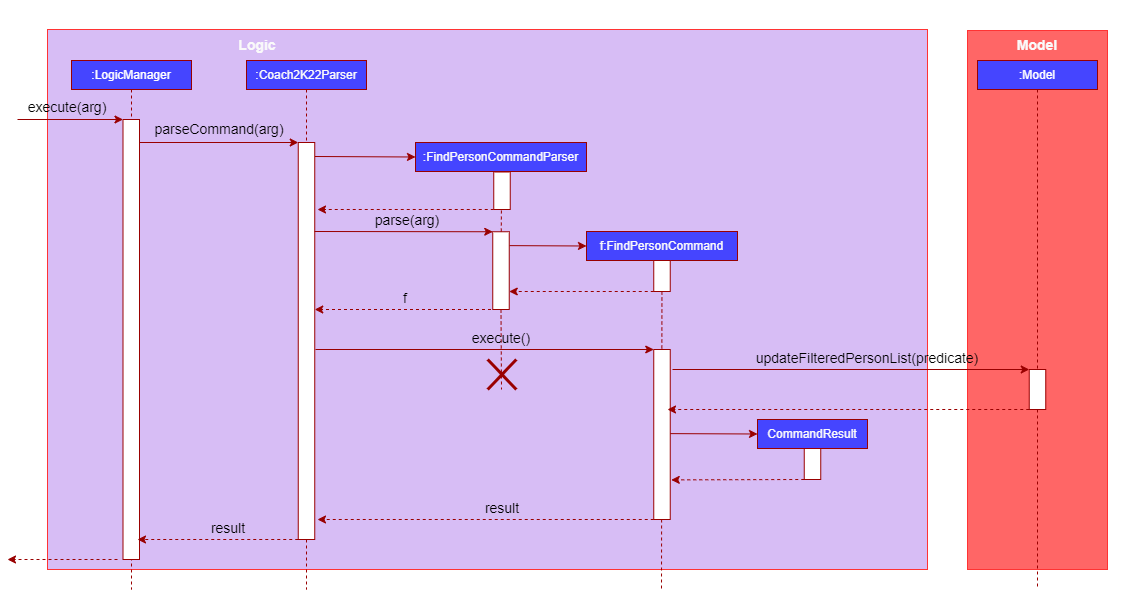
simjunheng/tp keeps this draw.io diagram as docs/images/FindPersonSequenceDiagram.png. Above is the earlier version. Source tidied: cells renumbered, new cells last; positions are measured from the earlier drawing's top-left corner, leaving out a move shared by most shapes. Its diagram source:
```xml
<mxGraphModel>
  <root>
    <mxCell id="0" />
    <mxCell id="1" parent="0" />
    <mxCell id="2" style="rounded=0;whiteSpace=wrap;html=1;strokeColor=#FF3333;fillColor=#D7BDF5;" parent="1" vertex="1">
      <mxGeometry x="40" y="28" width="880" height="540" as="geometry" />
    </mxCell>
    <mxCell id="3" value="&lt;font color=&quot;#ffffff&quot;&gt;:LogicManager&lt;/font&gt;" style="rounded=0;whiteSpace=wrap;html=1;fillColor=#4545FF;strokeColor=#990000;" parent="1" vertex="1">
      <mxGeometry x="64" y="59" width="120" height="29" as="geometry" />
    </mxCell>
    <mxCell id="4" value="&lt;font color=&quot;#fafafa&quot;&gt;:Coach2K22Parser&lt;/font&gt;" style="rounded=0;whiteSpace=wrap;html=1;fillColor=#4545FF;strokeColor=#990000;" parent="1" vertex="1">
      <mxGeometry x="239" y="59" width="120" height="29" as="geometry" />
    </mxCell>
    <mxCell id="5" value="&lt;b&gt;&lt;font style=&quot;font-size: 14px&quot;&gt;Logic&lt;/font&gt;&lt;/b&gt;" style="text;html=1;strokeColor=none;fillColor=none;align=center;verticalAlign=middle;whiteSpace=wrap;rounded=0;fontColor=#FAFAFA;" parent="1" vertex="1">
      <mxGeometry x="220" y="29" width="60" height="30" as="geometry" />
    </mxCell>
    <mxCell id="6" style="endArrow=none;dashed=1;html=1;rounded=0;fontSize=14;fontColor=#FAFAFA;exitX=0.5;exitY=1;exitDx=0;exitDy=0;strokeColor=#990000;" parent="1" edge="1" source="3">
      <mxGeometry relative="1" as="geometry">
        <mxPoint x="124" y="588" as="targetPoint" />
      </mxGeometry>
    </mxCell>
    <mxCell id="7" style="rounded=0;whiteSpace=wrap;html=1;fontSize=14;fontColor=#FAFAFA;strokeColor=#990000;fillColor=#FFFFFF;" parent="1" vertex="1">
      <mxGeometry x="115.5" y="118" width="16.5" height="440" as="geometry" />
    </mxCell>
    <mxCell id="8" style="endArrow=classic;html=1;rounded=0;fontSize=14;fontColor=#FAFAFA;strokeColor=#990000;entryX=0;entryY=0;entryDx=0;entryDy=0;" parent="1" edge="1" target="7">
      <mxGeometry relative="1" as="geometry">
        <mxPoint x="10" y="118" as="sourcePoint" />
      </mxGeometry>
    </mxCell>
    <mxCell id="9" value="&lt;font color=&quot;#000000&quot;&gt;execute(arg)&lt;/font&gt;" style="text;html=1;strokeColor=none;fillColor=none;align=center;verticalAlign=middle;whiteSpace=wrap;rounded=0;fontSize=14;fontColor=#FAFAFA;" parent="1" vertex="1">
      <mxGeometry x="10" y="96" width="100" height="20" as="geometry" />
    </mxCell>
    <mxCell id="10" style="endArrow=none;dashed=1;html=1;rounded=0;fontSize=14;fontColor=#FAFAFA;exitX=0.5;exitY=1;exitDx=0;exitDy=0;strokeColor=#990000;" parent="1" edge="1" source="4">
      <mxGeometry relative="1" as="geometry">
        <mxPoint x="299" y="588" as="targetPoint" />
      </mxGeometry>
    </mxCell>
    <mxCell id="11" value="&lt;font color=&quot;#000000&quot;&gt;parseCommand(arg)&lt;/font&gt;" style="text;html=1;strokeColor=none;fillColor=none;align=center;verticalAlign=middle;whiteSpace=wrap;rounded=0;fontSize=14;fontColor=#FAFAFA;" parent="1" vertex="1">
      <mxGeometry x="137" y="117" width="150" height="22" as="geometry" />
    </mxCell>
    <mxCell id="12" style="endArrow=classic;html=1;rounded=0;fontSize=14;fontColor=#FAFAFA;strokeColor=#990000;entryX=0;entryY=0;entryDx=0;entryDy=0;" parent="1" edge="1" target="21">
      <mxGeometry relative="1" as="geometry">
        <mxPoint x="132" y="141" as="sourcePoint" />
      </mxGeometry>
    </mxCell>
    <mxCell id="13" value="&lt;font color=&quot;#fafafa&quot;&gt;:FindPersonCommandParser&lt;/font&gt;" style="rounded=0;whiteSpace=wrap;html=1;fillColor=#4545FF;strokeColor=#990000;" parent="1" vertex="1">
      <mxGeometry x="408" y="141" width="171" height="29" as="geometry" />
    </mxCell>
    <mxCell id="14" style="endArrow=classic;html=1;rounded=0;fontSize=14;fontColor=#FAFAFA;strokeColor=#990000;entryX=0;entryY=0.5;entryDx=0;entryDy=0;" parent="1" edge="1" target="13">
      <mxGeometry relative="1" as="geometry">
        <mxPoint x="307.2" y="155" as="sourcePoint" />
      </mxGeometry>
    </mxCell>
    <mxCell id="15" style="endArrow=classic;html=1;rounded=0;fontSize=14;fontColor=#FAFAFA;strokeColor=#990000;dashed=1;" parent="1" edge="1">
      <mxGeometry relative="1" as="geometry">
        <mxPoint x="486.2" y="208" as="sourcePoint" />
        <mxPoint x="310" y="208" as="targetPoint" />
      </mxGeometry>
    </mxCell>
    <mxCell id="16" style="endArrow=none;dashed=1;html=1;rounded=0;fontSize=14;fontColor=#FAFAFA;exitX=0.5;exitY=1;exitDx=0;exitDy=0;strokeColor=#990000;startArrow=none;" parent="1" edge="1" source="27">
      <mxGeometry relative="1" as="geometry">
        <mxPoint x="494" y="388" as="targetPoint" />
      </mxGeometry>
    </mxCell>
    <mxCell id="17" style="rounded=0;whiteSpace=wrap;html=1;strokeColor=#FF3333;fillColor=#FF6666;" parent="1" vertex="1">
      <mxGeometry x="960" y="29" width="140" height="539" as="geometry" />
    </mxCell>
    <mxCell id="18" value="&lt;font color=&quot;#ffffff&quot;&gt;:Model&lt;/font&gt;" style="rounded=0;whiteSpace=wrap;html=1;fillColor=#4545FF;strokeColor=#990000;" parent="1" vertex="1">
      <mxGeometry x="970" y="59" width="120" height="29" as="geometry" />
    </mxCell>
    <mxCell id="19" style="endArrow=none;dashed=1;html=1;rounded=0;fontSize=14;fontColor=#FAFAFA;strokeColor=#990000;startArrow=none;" parent="1" edge="1" source="38">
      <mxGeometry relative="1" as="geometry">
        <mxPoint x="1030" y="588" as="targetPoint" />
      </mxGeometry>
    </mxCell>
    <mxCell id="20" value="&lt;b&gt;&lt;font style=&quot;font-size: 14px&quot;&gt;Model&lt;/font&gt;&lt;/b&gt;" style="text;html=1;strokeColor=none;fillColor=none;align=center;verticalAlign=middle;whiteSpace=wrap;rounded=0;fontColor=#FAFAFA;" parent="1" vertex="1">
      <mxGeometry x="1000.2" y="29" width="60" height="30" as="geometry" />
    </mxCell>
    <mxCell id="21" style="rounded=0;whiteSpace=wrap;html=1;fontSize=14;fontColor=#FAFAFA;strokeColor=#990000;fillColor=#FFFFFF;" parent="1" vertex="1">
      <mxGeometry x="290.8" y="141" width="16.5" height="397" as="geometry" />
    </mxCell>
    <mxCell id="22" style="endArrow=classic;html=1;rounded=0;fontSize=14;fontColor=#FAFAFA;strokeColor=#990000;dashed=1;exitX=0;exitY=1;exitDx=0;exitDy=0;" parent="1" edge="1">
      <mxGeometry relative="1" as="geometry">
        <mxPoint x="110" y="558" as="sourcePoint" />
        <mxPoint y="558" as="targetPoint" />
      </mxGeometry>
    </mxCell>
    <mxCell id="23" value="&lt;font color=&quot;#000000&quot;&gt;parse(arg)&lt;/font&gt;" style="text;html=1;strokeColor=none;fillColor=none;align=center;verticalAlign=middle;whiteSpace=wrap;rounded=0;fontSize=14;fontColor=#FAFAFA;" parent="1" vertex="1">
      <mxGeometry x="330" y="208" width="140" height="22" as="geometry" />
    </mxCell>
    <mxCell id="24" value="&lt;font color=&quot;#fafafa&quot;&gt;f:FindPersonCommand&lt;/font&gt;" style="rounded=0;whiteSpace=wrap;html=1;fillColor=#4545FF;strokeColor=#990000;" parent="1" vertex="1">
      <mxGeometry x="579" y="230" width="151" height="29" as="geometry" />
    </mxCell>
    <mxCell id="25" style="rounded=0;whiteSpace=wrap;html=1;fontSize=14;fontColor=#FAFAFA;strokeColor=#990000;fillColor=#FFFFFF;" parent="1" vertex="1">
      <mxGeometry x="646.2" y="259" width="16.5" height="31" as="geometry" />
    </mxCell>
    <mxCell id="26" style="endArrow=classic;html=1;rounded=0;fontSize=14;fontColor=#FAFAFA;strokeColor=#990000;entryX=0;entryY=0.5;entryDx=0;entryDy=0;" parent="1" edge="1" target="24">
      <mxGeometry relative="1" as="geometry">
        <mxPoint x="501.8" y="244.1" as="sourcePoint" />
      </mxGeometry>
    </mxCell>
    <mxCell id="27" style="rounded=0;whiteSpace=wrap;html=1;fontSize=14;fontColor=#FAFAFA;strokeColor=#990000;fillColor=#FFFFFF;" parent="1" vertex="1">
      <mxGeometry x="485.2" y="230.2" width="16.5" height="77.8" as="geometry" />
    </mxCell>
    <mxCell id="28" style="endArrow=none;dashed=1;html=1;rounded=0;fontSize=14;fontColor=#FAFAFA;exitX=0.5;exitY=1;exitDx=0;exitDy=0;strokeColor=#990000;" parent="1" edge="1" target="27">
      <mxGeometry relative="1" as="geometry">
        <mxPoint x="494" y="197" as="sourcePoint" />
      </mxGeometry>
    </mxCell>
    <mxCell id="29" style="endArrow=classic;html=1;rounded=0;fontSize=14;fontColor=#FAFAFA;strokeColor=#990000;entryX=0;entryY=0;entryDx=0;entryDy=0;" parent="1" edge="1" target="27">
      <mxGeometry relative="1" as="geometry">
        <mxPoint x="307" y="230" as="sourcePoint" />
      </mxGeometry>
    </mxCell>
    <mxCell id="30" style="rounded=0;whiteSpace=wrap;html=1;fontSize=14;fontColor=#FAFAFA;strokeColor=#990000;fillColor=#FFFFFF;" parent="1" vertex="1">
      <mxGeometry x="486.2" y="170.5" width="16.5" height="37.5" as="geometry" />
    </mxCell>
    <mxCell id="31" style="endArrow=classic;html=1;rounded=0;fontSize=14;fontColor=#FAFAFA;strokeColor=#990000;dashed=1;" parent="1" edge="1">
      <mxGeometry relative="1" as="geometry">
        <mxPoint x="483.5" y="308" as="sourcePoint" />
        <mxPoint x="307.2" y="308" as="targetPoint" />
      </mxGeometry>
    </mxCell>
    <mxCell id="32" style="endArrow=classic;html=1;rounded=0;fontSize=14;fontColor=#FAFAFA;strokeColor=#990000;dashed=1;exitX=0;exitY=1;exitDx=0;exitDy=0;" parent="1" edge="1" source="25">
      <mxGeometry relative="1" as="geometry">
        <mxPoint x="501.8" y="290" as="targetPoint" />
      </mxGeometry>
    </mxCell>
    <mxCell id="33" value="&lt;font color=&quot;#000000&quot;&gt;f&lt;/font&gt;" style="text;html=1;strokeColor=none;fillColor=none;align=center;verticalAlign=middle;whiteSpace=wrap;rounded=0;fontSize=14;fontColor=#FAFAFA;" parent="1" vertex="1">
      <mxGeometry x="388" y="286" width="20" height="22" as="geometry" />
    </mxCell>
    <mxCell id="34" style="endArrow=none;dashed=1;html=1;rounded=0;fontSize=14;fontColor=#FAFAFA;exitX=0.5;exitY=1;exitDx=0;exitDy=0;strokeColor=#990000;" parent="1" edge="1">
      <mxGeometry relative="1" as="geometry">
        <mxPoint x="654.4" y="290" as="sourcePoint" />
        <mxPoint x="654" y="588" as="targetPoint" />
      </mxGeometry>
    </mxCell>
    <mxCell id="35" style="rounded=0;whiteSpace=wrap;html=1;fontSize=14;fontColor=#FAFAFA;strokeColor=#990000;fillColor=#FFFFFF;" parent="1" vertex="1">
      <mxGeometry x="646.2" y="348" width="16.5" height="170" as="geometry" />
    </mxCell>
    <mxCell id="36" style="endArrow=classic;html=1;rounded=0;fontSize=14;fontColor=#FAFAFA;strokeColor=#990000;entryX=0;entryY=0;entryDx=0;entryDy=0;" parent="1" edge="1" target="35">
      <mxGeometry relative="1" as="geometry">
        <mxPoint x="308" y="348" as="sourcePoint" />
      </mxGeometry>
    </mxCell>
    <mxCell id="37" value="&lt;font color=&quot;#000000&quot;&gt;execute()&lt;/font&gt;" style="text;html=1;strokeColor=none;fillColor=none;align=center;verticalAlign=middle;whiteSpace=wrap;rounded=0;fontSize=14;fontColor=#FAFAFA;" parent="1" vertex="1">
      <mxGeometry x="423.5" y="326" width="140" height="22" as="geometry" />
    </mxCell>
    <mxCell id="38" style="rounded=0;whiteSpace=wrap;html=1;fontSize=14;fontColor=#FAFAFA;strokeColor=#990000;fillColor=#FFFFFF;" parent="1" vertex="1">
      <mxGeometry x="1021.8" y="368" width="16.5" height="40" as="geometry" />
    </mxCell>
    <mxCell id="39" style="endArrow=none;dashed=1;html=1;rounded=0;fontSize=14;fontColor=#FAFAFA;strokeColor=#990000;" parent="1" edge="1" target="38">
      <mxGeometry relative="1" as="geometry">
        <mxPoint x="1030" y="88" as="sourcePoint" />
      </mxGeometry>
    </mxCell>
    <mxCell id="40" style="endArrow=classic;html=1;rounded=0;fontSize=14;fontColor=#FAFAFA;strokeColor=#990000;" parent="1" edge="1">
      <mxGeometry relative="1" as="geometry">
        <mxPoint x="665" y="368" as="sourcePoint" />
        <mxPoint x="1021.8" y="368" as="targetPoint" />
      </mxGeometry>
    </mxCell>
    <mxCell id="41" value="&lt;font color=&quot;#000000&quot;&gt;updateFilteredPersonList(predicate)&lt;/font&gt;" style="text;html=1;strokeColor=none;fillColor=none;align=center;verticalAlign=middle;whiteSpace=wrap;rounded=0;fontSize=14;fontColor=#FAFAFA;" parent="1" vertex="1">
      <mxGeometry x="730" y="346" width="260" height="22" as="geometry" />
    </mxCell>
    <mxCell id="42" style="endArrow=classic;html=1;rounded=0;fontSize=14;fontColor=#FAFAFA;strokeColor=#990000;dashed=1;exitX=0;exitY=1;exitDx=0;exitDy=0;" parent="1" edge="1">
      <mxGeometry relative="1" as="geometry">
        <mxPoint x="1021.8" y="408" as="sourcePoint" />
        <mxPoint x="660" y="408" as="targetPoint" />
      </mxGeometry>
    </mxCell>
    <mxCell id="43" value="&lt;font color=&quot;#fafafa&quot;&gt;CommandResult&lt;/font&gt;" style="rounded=0;whiteSpace=wrap;html=1;fillColor=#4545FF;strokeColor=#990000;" parent="1" vertex="1">
      <mxGeometry x="750" y="418" width="110" height="29" as="geometry" />
    </mxCell>
    <mxCell id="44" style="rounded=0;whiteSpace=wrap;html=1;fontSize=14;fontColor=#FAFAFA;strokeColor=#990000;fillColor=#FFFFFF;" parent="1" vertex="1">
      <mxGeometry x="796.8" y="447" width="16.5" height="31" as="geometry" />
    </mxCell>
    <mxCell id="45" style="endArrow=classic;html=1;rounded=0;fontSize=14;fontColor=#FAFAFA;strokeColor=#990000;entryX=0;entryY=0.5;entryDx=0;entryDy=0;" parent="1" edge="1" target="43">
      <mxGeometry relative="1" as="geometry">
        <mxPoint x="662.8" y="432.1" as="sourcePoint" />
      </mxGeometry>
    </mxCell>
    <mxCell id="46" style="endArrow=classic;html=1;rounded=0;fontSize=14;fontColor=#FAFAFA;strokeColor=#990000;dashed=1;exitX=0;exitY=1;exitDx=0;exitDy=0;entryX=1.061;entryY=0.767;entryDx=0;entryDy=0;entryPerimeter=0;" parent="1" edge="1" source="44" target="35">
      <mxGeometry relative="1" as="geometry" />
    </mxCell>
    <mxCell id="47" style="endArrow=classic;html=1;rounded=0;fontSize=14;fontColor=#FAFAFA;strokeColor=#990000;dashed=1;exitX=0;exitY=1;exitDx=0;exitDy=0;" parent="1" edge="1">
      <mxGeometry relative="1" as="geometry">
        <mxPoint x="646.2" y="518" as="sourcePoint" />
        <mxPoint x="310" y="518" as="targetPoint" />
      </mxGeometry>
    </mxCell>
    <mxCell id="48" value="&lt;font color=&quot;#000000&quot;&gt;result&lt;/font&gt;" style="text;html=1;strokeColor=none;fillColor=none;align=center;verticalAlign=middle;whiteSpace=wrap;rounded=0;fontSize=14;fontColor=#FAFAFA;" parent="1" vertex="1">
      <mxGeometry x="424.5" y="496" width="140" height="22" as="geometry" />
    </mxCell>
    <mxCell id="49" style="endArrow=none;html=1;rounded=0;fontSize=14;fontColor=#000000;strokeColor=#990000;strokeWidth=3;" parent="1" edge="1">
      <mxGeometry relative="1" as="geometry">
        <mxPoint x="480.2" y="388" as="sourcePoint" />
        <mxPoint x="508.8" y="358" as="targetPoint" />
      </mxGeometry>
    </mxCell>
    <mxCell id="50" style="endArrow=none;html=1;rounded=0;fontSize=14;fontColor=#000000;strokeColor=#990000;strokeWidth=3;" parent="1" edge="1">
      <mxGeometry relative="1" as="geometry">
        <mxPoint x="480.2" y="358" as="sourcePoint" />
        <mxPoint x="508.8" y="388" as="targetPoint" />
      </mxGeometry>
    </mxCell>
    <mxCell id="51" style="endArrow=classic;html=1;rounded=0;fontSize=14;fontColor=#FAFAFA;strokeColor=#990000;dashed=1;exitX=0;exitY=1;exitDx=0;exitDy=0;" parent="1" edge="1">
      <mxGeometry relative="1" as="geometry">
        <mxPoint x="290.8" y="538" as="sourcePoint" />
        <mxPoint x="130" y="538" as="targetPoint" />
      </mxGeometry>
    </mxCell>
    <mxCell id="52" value="&lt;font color=&quot;#000000&quot;&gt;result&lt;/font&gt;" style="text;html=1;strokeColor=none;fillColor=none;align=center;verticalAlign=middle;whiteSpace=wrap;rounded=0;fontSize=14;fontColor=#FAFAFA;" parent="1" vertex="1">
      <mxGeometry x="150.8" y="516" width="140" height="22" as="geometry" />
    </mxCell>
    <mxCell id="53" style="endArrow=none;dashed=1;html=1;dashPattern=1 3;strokeWidth=2;rounded=0;fontSize=14;fontColor=#000000;" parent="1" edge="1">
      <mxGeometry relative="1" as="geometry">
        <mxPoint x="1130" y="408" as="sourcePoint" />
        <mxPoint x="1130" y="408" as="targetPoint" />
        <Array as="points">
          <mxPoint x="1130" y="408" />
        </Array>
      </mxGeometry>
    </mxCell>
    <mxCell id="54" style="endArrow=none;dashed=1;html=1;dashPattern=1 3;strokeWidth=2;rounded=0;fontSize=14;fontColor=#000000;" parent="1" edge="1">
      <mxGeometry relative="1" as="geometry">
        <mxPoint x="680" as="sourcePoint" />
        <mxPoint x="680" as="targetPoint" />
      </mxGeometry>
    </mxCell>
  </root>
</mxGraphModel>
```
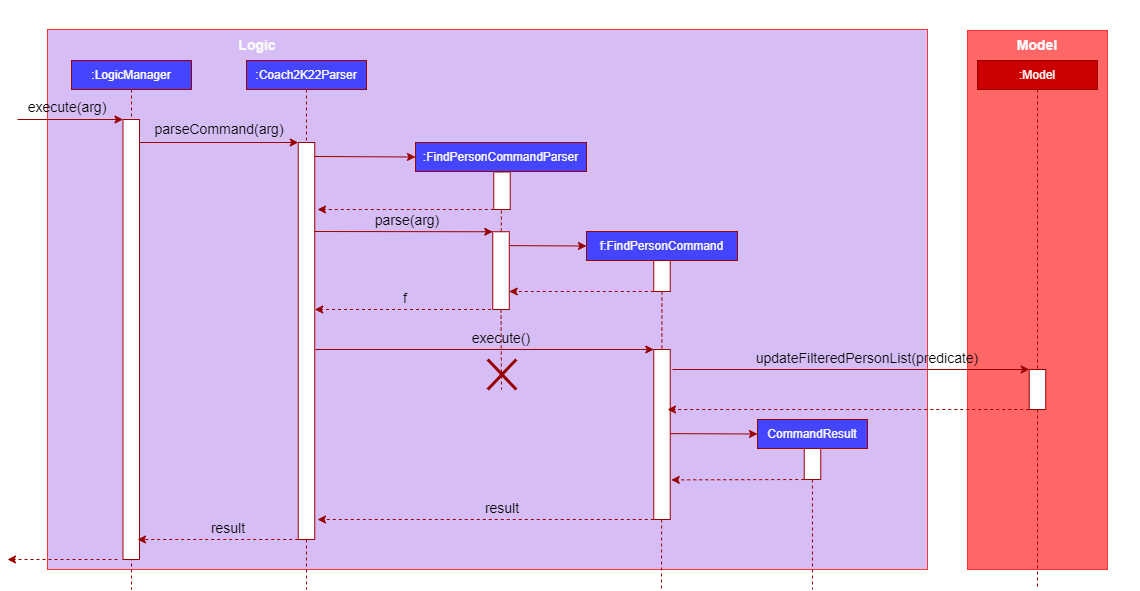
Above is the later version.

Commit message:
Update sequence diagram image

Change to the diagram source:
```diff
@@ -65,7 +65,7 @@
     <mxCell id="17" style="rounded=0;whiteSpace=wrap;html=1;strokeColor=#FF3333;fillColor=#FF6666;" parent="1" vertex="1">
       <mxGeometry x="960" y="29" width="140" height="539" as="geometry" />
     </mxCell>
-    <mxCell id="18" value="&lt;font color=&quot;#ffffff&quot;&gt;:Model&lt;/font&gt;" style="rounded=0;whiteSpace=wrap;html=1;fillColor=#4545FF;strokeColor=#990000;" parent="1" vertex="1">
+    <mxCell id="18" value="&lt;font color=&quot;#ffffff&quot;&gt;:Model&lt;/font&gt;" style="rounded=0;whiteSpace=wrap;html=1;fillColor=#CC0000;strokeColor=#990000;" parent="1" vertex="1">
       <mxGeometry x="970" y="59" width="120" height="29" as="geometry" />
     </mxCell>
     <mxCell id="19" style="endArrow=none;dashed=1;html=1;rounded=0;fontSize=14;fontColor=#FAFAFA;strokeColor=#990000;startArrow=none;" parent="1" edge="1" source="38">
@@ -228,5 +228,11 @@
         <mxPoint x="680" as="targetPoint" />
       </mxGeometry>
     </mxCell>
+    <mxCell id="55" style="endArrow=none;dashed=1;html=1;rounded=0;fontSize=14;fontColor=#FAFAFA;exitX=0.5;exitY=1;exitDx=0;exitDy=0;strokeColor=#990000;" parent="1" edge="1">
+      <mxGeometry relative="1" as="geometry">
+        <mxPoint x="804.9" y="478" as="sourcePoint" />
+        <mxPoint x="805" y="588" as="targetPoint" />
+      </mxGeometry>
+    </mxCell>
   </root>
 </mxGraphModel>
```
